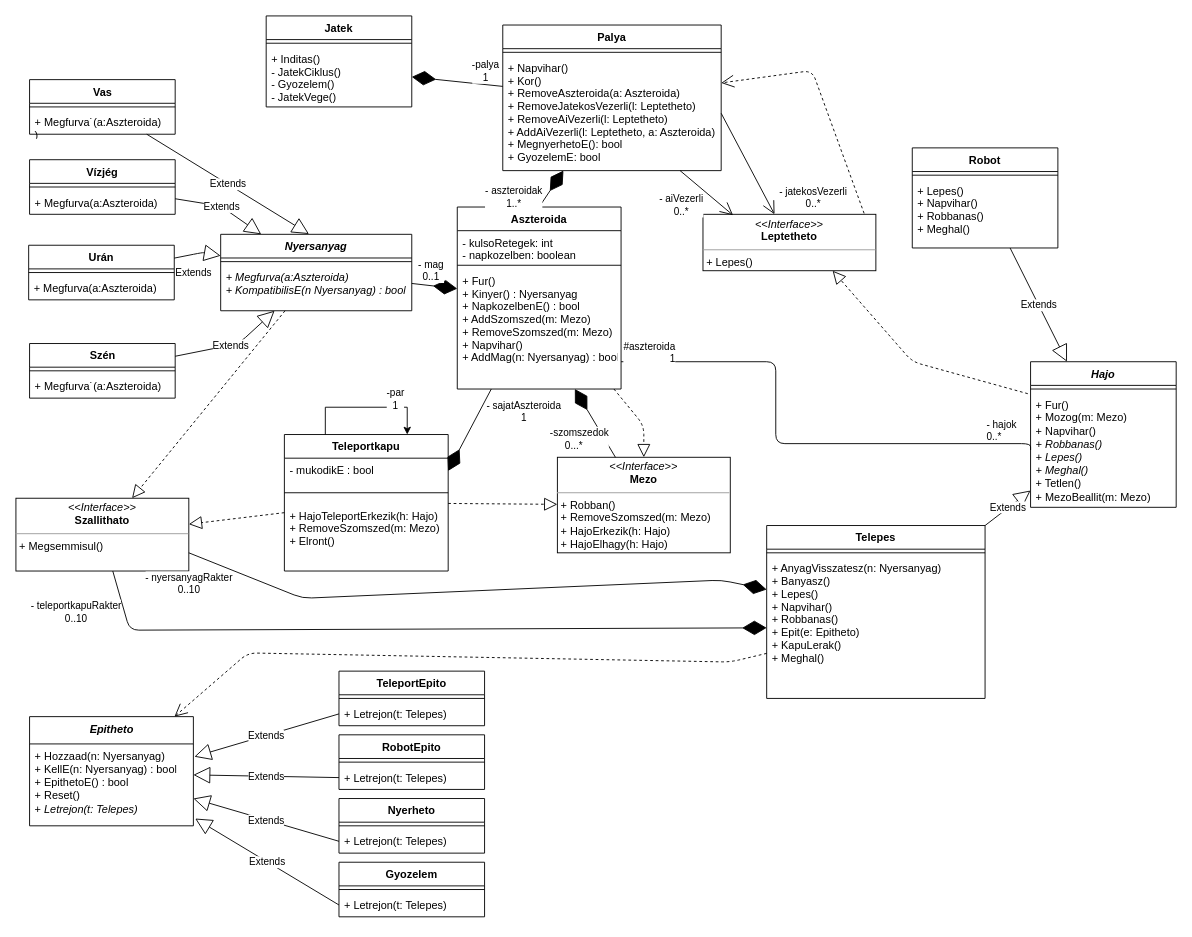
This is doc/uml/class.drawio from torpeBoiGo/aszteroidabanyaszat, a draw.io file, before an edit. Source tidied: cells renumbered, new cells numbered last; positions are measured from the earlier drawing's top-left corner, leaving out a move shared by most shapes. Both pictures are drawn from the tidied source at 91%, with x=0, y=0 at pixel (15, 15).
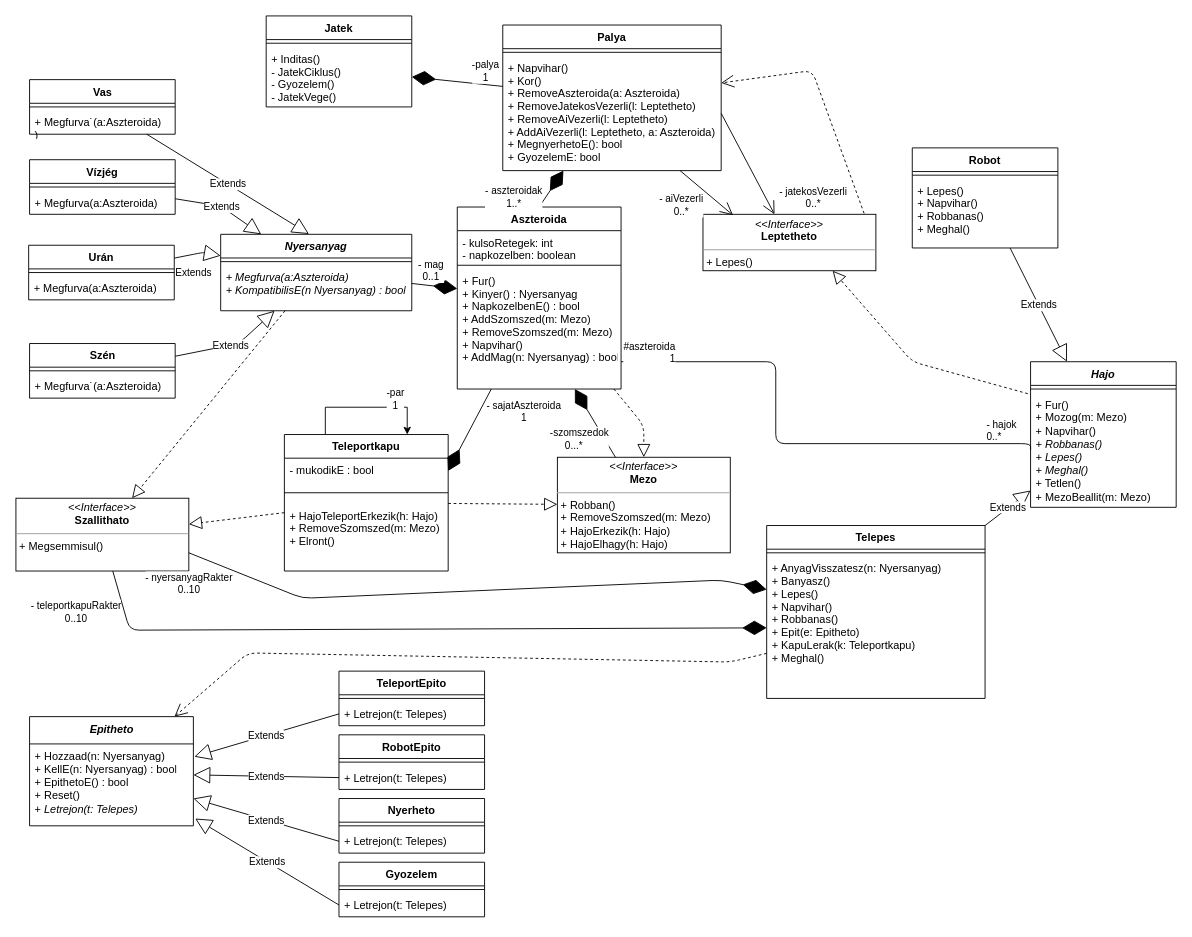
The same page after the edit.

Commit message:
kapulerak paraméter

The change refers to these unchanged cells:
```xml
<mxCell id="16" value="Telepes" style="swimlane;fontStyle=1;align=center;verticalAlign=top;horizontal=1;startSize=26;" parent="1" vertex="1">
  <mxGeometry x="825" y="560" width="240" height="190" as="geometry" />
</mxCell>
```

Diff of the diagram source:
```diff
@@
-    <mxCell id="18" value="+ AnyagVisszatesz(n: Nyersanyag)&#10;+ Banyasz()&#10;+ Lepes()&#10;+ Napvihar()&#10;+ Robbanas()&#10;+ Epit(e: Epitheto)&#10;+ KapuLerak()&#10;+ Meghal()" style="text;strokeColor=none;fillColor=none;align=left;verticalAlign=top;spacingLeft=4;spacingRight=4;overflow=hidden;points=[[0,0.5],[1,0.5]];portConstraint=eastwest;" parent="16" vertex="1">
+    <mxCell id="18" value="+ AnyagVisszatesz(n: Nyersanyag)&#10;+ Banyasz()&#10;+ Lepes()&#10;+ Napvihar()&#10;+ Robbanas()&#10;+ Epit(e: Epitheto)&#10;+ KapuLerak(k: Teleportkapu)&#10;+ Meghal()" style="text;strokeColor=none;fillColor=none;align=left;verticalAlign=top;spacingLeft=4;spacingRight=4;overflow=hidden;points=[[0,0.5],[1,0.5]];portConstraint=eastwest;" parent="16" vertex="1">
       <mxGeometry y="34" width="240" height="156" as="geometry" />
     </mxCell>
```
